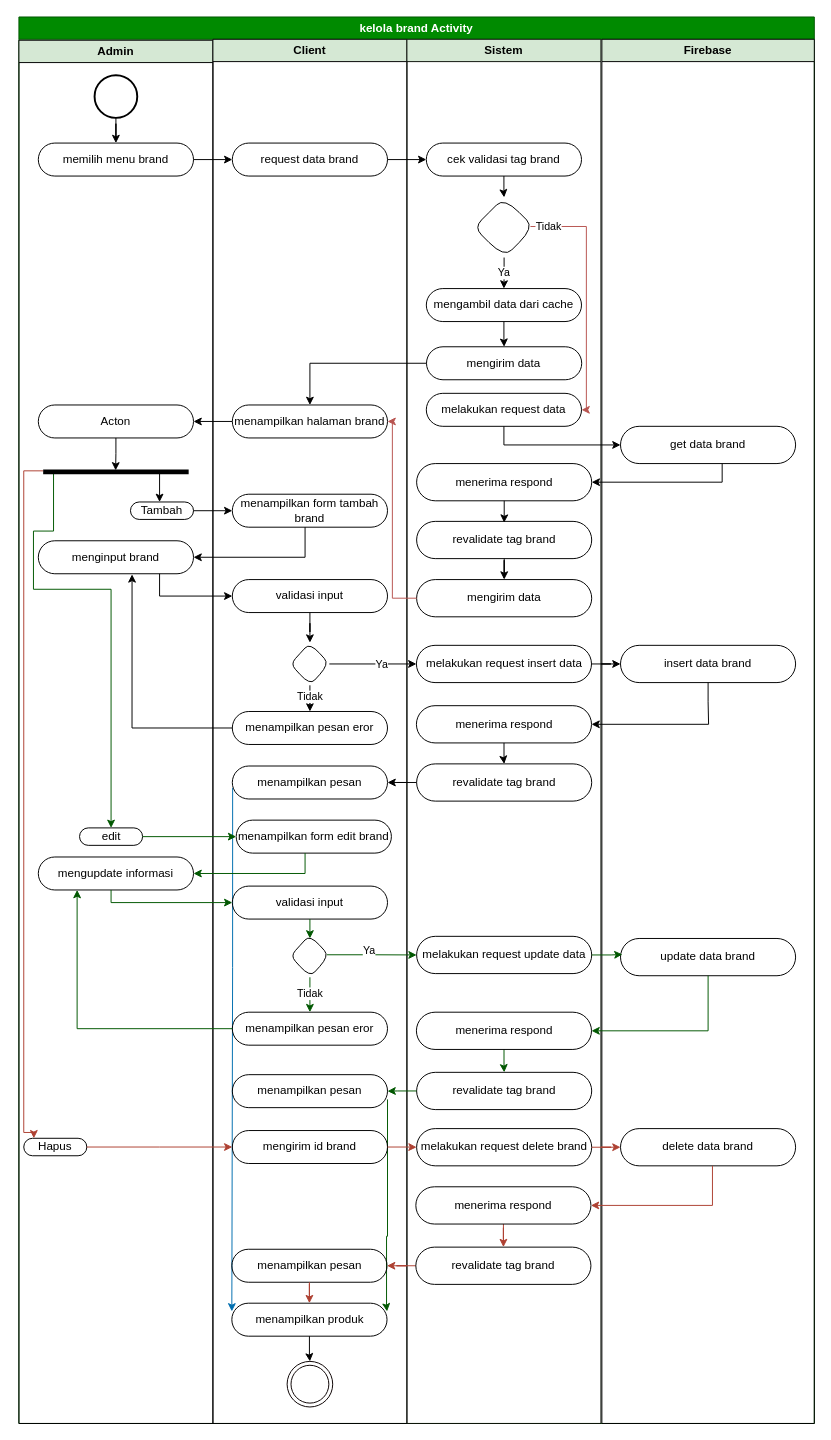
Before: page "activity kelola brand" (16 of 18) of skrpsian.drawio in ThikerXCX/umltoko, a draw.io diagram. Source tidied: cells renumbered, new cells numbered last; positions are measured from the earlier drawing's top-left corner, leaving out a move shared by most shapes. Both pictures are drawn from the tidied source at 97%, with x=0, y=0 at pixel (18, 16).
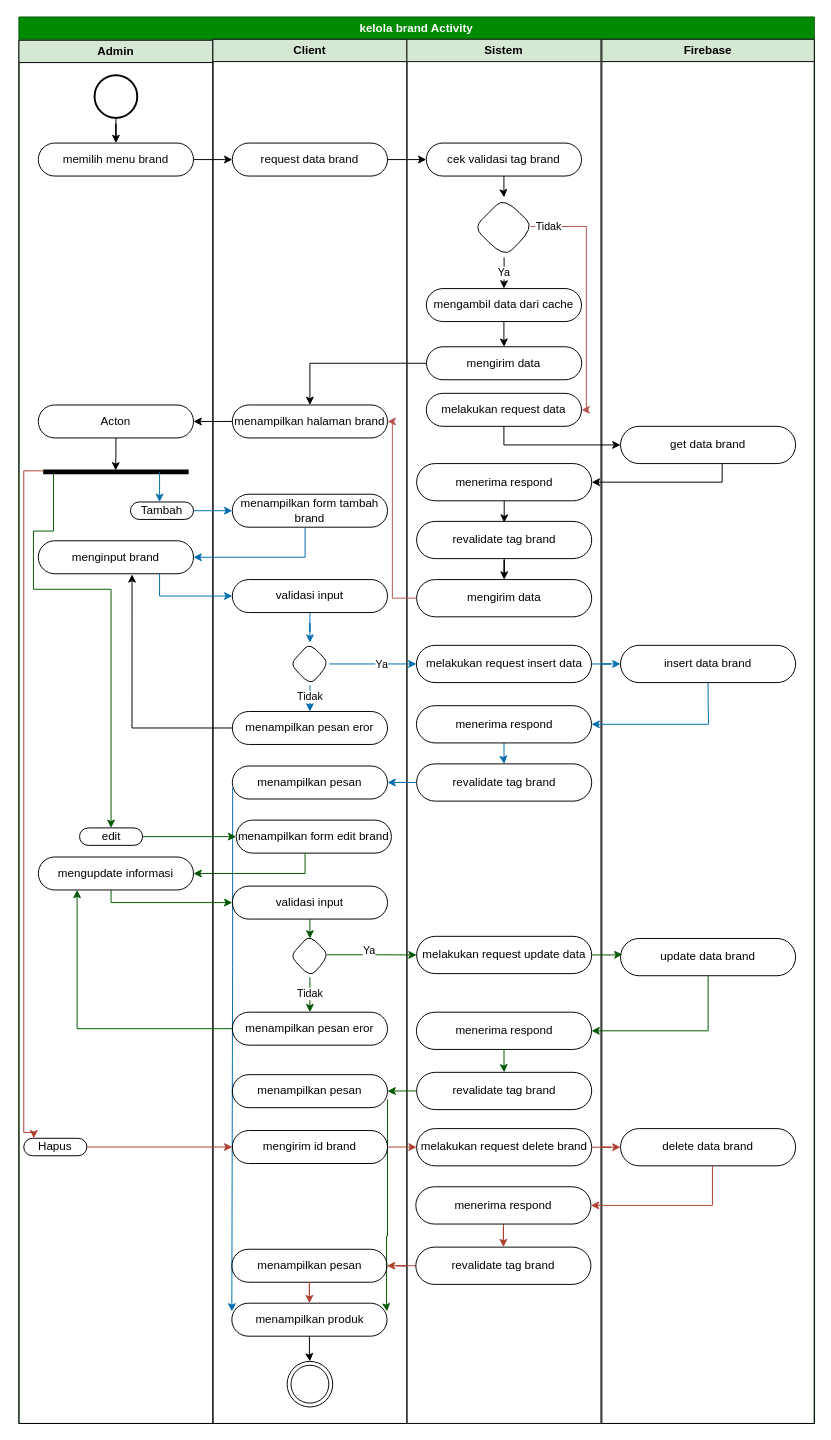
After the change.

The change refers to these unchanged cells:
```xml
<mxCell id="2" value="kelola brand Activity" style="swimlane;whiteSpace=wrap;html=1;fillColor=#008a00;strokeColor=#005700;fontColor=#ffffff;" parent="1" vertex="1">
  <mxGeometry width="820" height="1450" as="geometry" />
</mxCell>
<mxCell id="3" value="Admin" style="swimlane;whiteSpace=wrap;html=1;fillColor=#d5e8d4;strokeColor=#000000;" parent="2" vertex="1">
  <mxGeometry y="24" width="200" height="1426" as="geometry" />
</mxCell>
<mxCell id="10" style="line;strokeWidth=5;fillColor=none;align=left;verticalAlign=middle;spacingTop=-1;spacingLeft=3;spacingRight=3;labelPosition=right;points=[];portConstraint=eastwest;strokeColor=inherit;fontSize=13;" parent="3" vertex="1">
  <mxGeometry x="25" y="436" width="150" height="18" as="geometry" />
</mxCell>
<mxCell id="11" value="Tambah" style="rounded=1;whiteSpace=wrap;html=1;arcSize=50;fillColor=none;" parent="3" vertex="1">
  <mxGeometry x="115" y="476" width="65" height="18" as="geometry" />
</mxCell>
<mxCell id="13" value="menginput brand" style="rounded=1;whiteSpace=wrap;html=1;arcSize=50;fillColor=none;" parent="3" vertex="1">
  <mxGeometry x="20" y="516" width="160" height="34" as="geometry" />
</mxCell>
<mxCell id="18" value="Client" style="swimlane;whiteSpace=wrap;html=1;fillColor=#d5e8d4;startSize=23;strokeColor=#000000;" parent="2" vertex="1">
  <mxGeometry x="200" y="23" width="200" height="1427" as="geometry" />
</mxCell>
<mxCell id="32" value="menampilkan form tambah brand" style="rounded=1;whiteSpace=wrap;html=1;arcSize=50;fillColor=none;" parent="18" vertex="1">
  <mxGeometry x="20" y="469" width="160" height="34" as="geometry" />
</mxCell>
<mxCell id="34" value="validasi input" style="rounded=1;whiteSpace=wrap;html=1;arcSize=50;fillColor=none;" parent="18" vertex="1">
  <mxGeometry x="20" y="557" width="160" height="34" as="geometry" />
</mxCell>
<mxCell id="37" style="rhombus;whiteSpace=wrap;html=1;fillColor=none;rounded=1;arcSize=50;" parent="18" vertex="1">
  <mxGeometry x="80" y="622" width="40" height="44" as="geometry" />
</mxCell>
<mxCell id="38" value="menampilkan pesan eror" style="rounded=1;whiteSpace=wrap;html=1;arcSize=50;fillColor=none;" parent="18" vertex="1">
  <mxGeometry x="20" y="693" width="160" height="34" as="geometry" />
</mxCell>
<mxCell id="40" value="menampilkan pesan" style="rounded=1;whiteSpace=wrap;html=1;arcSize=50;fillColor=none;" parent="18" vertex="1">
  <mxGeometry x="20" y="749.2" width="160" height="34" as="geometry" />
</mxCell>
<mxCell id="53" value="Sistem" style="swimlane;whiteSpace=wrap;html=1;fillColor=#d5e8d4;startSize=23;strokeColor=#0D120A;" parent="2" vertex="1">
  <mxGeometry x="400" y="23" width="200" height="1427" as="geometry" />
</mxCell>
<mxCell id="70" value="melakukan request insert data" style="rounded=1;whiteSpace=wrap;html=1;arcSize=50;fillColor=none;" parent="53" vertex="1">
  <mxGeometry x="9.8" y="624.8" width="180.5" height="38.4" as="geometry" />
</mxCell>
<mxCell id="72" value="menerima respond" style="rounded=1;whiteSpace=wrap;html=1;arcSize=50;fillColor=none;" parent="53" vertex="1">
  <mxGeometry x="9.8" y="687" width="180.5" height="38.4" as="geometry" />
</mxCell>
<mxCell id="73" value="revalidate tag brand" style="rounded=1;whiteSpace=wrap;html=1;arcSize=50;fillColor=none;" parent="53" vertex="1">
  <mxGeometry x="10" y="747" width="180.5" height="38.4" as="geometry" />
</mxCell>
<mxCell id="86" value="insert data brand" style="rounded=1;whiteSpace=wrap;html=1;arcSize=50;fillColor=none;" parent="84" vertex="1">
  <mxGeometry x="19.2" y="624.8" width="180.5" height="38.4" as="geometry" />
</mxCell>
```

What changed in the source:
```diff
@@
-    <mxCell id="12" style="edgeStyle=orthogonalEdgeStyle;rounded=0;jettySize=auto;html=1;exitX=0.797;exitY=0.521;exitDx=0;exitDy=0;exitPerimeter=0;" parent="3" edge="1" source="10">
+    <mxCell id="12" style="edgeStyle=orthogonalEdgeStyle;rounded=0;jettySize=auto;html=1;exitX=0.797;exitY=0.521;exitDx=0;exitDy=0;exitPerimeter=0;fillColor=#1ba1e2;strokeColor=#006EAF;" parent="3" edge="1" source="10">
       <mxGeometry relative="1" as="geometry">
         <mxPoint x="145" y="476" as="targetPoint" />
         <Array as="points">
           <mxPoint x="145" y="476" />
         </Array>
       </mxGeometry>
     </mxCell>
@@
-    <mxCell id="33" style="edgeStyle=orthogonalEdgeStyle;rounded=0;jettySize=auto;html=1;" parent="18" edge="1" source="34" target="37">
+    <mxCell id="33" style="edgeStyle=orthogonalEdgeStyle;rounded=0;jettySize=auto;html=1;fillColor=#1ba1e2;strokeColor=#006EAF;" parent="18" edge="1" source="34" target="37">
       <mxGeometry relative="1" as="geometry" />
     </mxCell>
@@
-    <mxCell id="35" style="edgeStyle=orthogonalEdgeStyle;rounded=0;jettySize=auto;html=1;" parent="18" edge="1" source="37" target="38">
+    <mxCell id="35" style="edgeStyle=orthogonalEdgeStyle;rounded=0;jettySize=auto;html=1;fillColor=#1ba1e2;strokeColor=#006EAF;" parent="18" edge="1" source="37" target="38">
       <mxGeometry relative="1" as="geometry" />
     </mxCell>
@@
-    <mxCell id="71" style="edgeStyle=orthogonalEdgeStyle;rounded=0;jettySize=auto;html=1;" parent="53" edge="1" source="72" target="73">
+    <mxCell id="71" style="edgeStyle=orthogonalEdgeStyle;rounded=0;jettySize=auto;html=1;fillColor=#1ba1e2;strokeColor=#006EAF;" parent="53" edge="1" source="72" target="73">
       <mxGeometry relative="1" as="geometry" />
     </mxCell>
@@
-    <mxCell id="99" style="edgeStyle=orthogonalEdgeStyle;rounded=0;jettySize=auto;html=1;" parent="2" edge="1" source="11" target="32">
+    <mxCell id="99" style="edgeStyle=orthogonalEdgeStyle;rounded=0;jettySize=auto;html=1;fillColor=#1ba1e2;strokeColor=#006EAF;" parent="2" edge="1" source="11" target="32">
       <mxGeometry relative="1" as="geometry" />
     </mxCell>
-    <mxCell id="100" style="edgeStyle=orthogonalEdgeStyle;rounded=0;jettySize=auto;html=1;entryX=1;entryY=0.5;entryDx=0;entryDy=0;" parent="2" edge="1" source="32" target="13">
+    <mxCell id="100" style="edgeStyle=orthogonalEdgeStyle;rounded=0;jettySize=auto;html=1;entryX=1;entryY=0.5;entryDx=0;entryDy=0;fillColor=#1ba1e2;strokeColor=#006EAF;" parent="2" edge="1" source="32" target="13">
       <mxGeometry relative="1" as="geometry">
         <Array as="points">
           <mxPoint x="295" y="557" />
         </Array>
       </mxGeometry>
     </mxCell>
-    <mxCell id="101" style="edgeStyle=orthogonalEdgeStyle;rounded=0;jettySize=auto;html=1;entryX=0;entryY=0.5;entryDx=0;entryDy=0;" parent="2" edge="1" source="13" target="34">
+    <mxCell id="101" style="edgeStyle=orthogonalEdgeStyle;rounded=0;jettySize=auto;html=1;entryX=0;entryY=0.5;entryDx=0;entryDy=0;fillColor=#1ba1e2;strokeColor=#006EAF;" parent="2" edge="1" source="13" target="34">
       <mxGeometry relative="1" as="geometry">
         <Array as="points">
           <mxPoint x="145" y="597" />
         </Array>
       </mxGeometry>
     </mxCell>
-    <mxCell id="102" style="edgeStyle=orthogonalEdgeStyle;rounded=0;jettySize=auto;html=1;entryX=0;entryY=0.5;entryDx=0;entryDy=0;" parent="2" edge="1" source="37" target="70">
+    <mxCell id="102" style="edgeStyle=orthogonalEdgeStyle;rounded=0;jettySize=auto;html=1;entryX=0;entryY=0.5;entryDx=0;entryDy=0;fillColor=#1ba1e2;strokeColor=#006EAF;" parent="2" edge="1" source="37" target="70">
       <mxGeometry relative="1" as="geometry" />
     </mxCell>
@@
-    <mxCell id="104" style="edgeStyle=orthogonalEdgeStyle;rounded=0;jettySize=auto;html=1;" parent="2" edge="1" source="70" target="86">
+    <mxCell id="104" style="edgeStyle=orthogonalEdgeStyle;rounded=0;jettySize=auto;html=1;fillColor=#1ba1e2;strokeColor=#006EAF;" parent="2" edge="1" source="70" target="86">
       <mxGeometry relative="1" as="geometry" />
     </mxCell>
-    <mxCell id="105" style="edgeStyle=orthogonalEdgeStyle;rounded=0;jettySize=auto;html=1;entryX=1;entryY=0.5;entryDx=0;entryDy=0;" parent="2" edge="1" source="86" target="72">
+    <mxCell id="105" style="edgeStyle=orthogonalEdgeStyle;rounded=0;jettySize=auto;html=1;entryX=1;entryY=0.5;entryDx=0;entryDy=0;fillColor=#1ba1e2;strokeColor=#006EAF;" parent="2" edge="1" source="86" target="72">
       <mxGeometry relative="1" as="geometry">
         <Array as="points">
           <mxPoint x="711" y="706" />
           <mxPoint x="711" y="729" />
         </Array>
       </mxGeometry>
     </mxCell>
-    <mxCell id="106" style="edgeStyle=orthogonalEdgeStyle;rounded=0;jettySize=auto;html=1;" parent="2" edge="1" source="73" target="40">
+    <mxCell id="106" style="edgeStyle=orthogonalEdgeStyle;rounded=0;jettySize=auto;html=1;fillColor=#1ba1e2;strokeColor=#006EAF;" parent="2" edge="1" source="73" target="40">
       <mxGeometry relative="1" as="geometry" />
     </mxCell>
```
